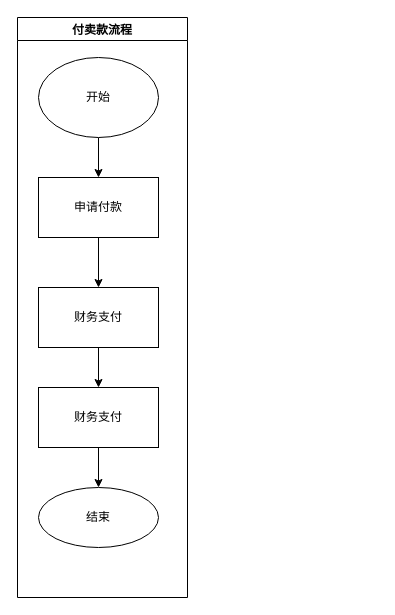
The draw.io diagram 售后流程设计.drawio in specialnote/diagrams, before the edit. Source tidied: cells renumbered, new cells numbered last; positions are measured from the earlier drawing's top-left corner, leaving out a move shared by most shapes. Both pictures are drawn from the tidied source at 100%, with x=0, y=0 at pixel (17, 17).
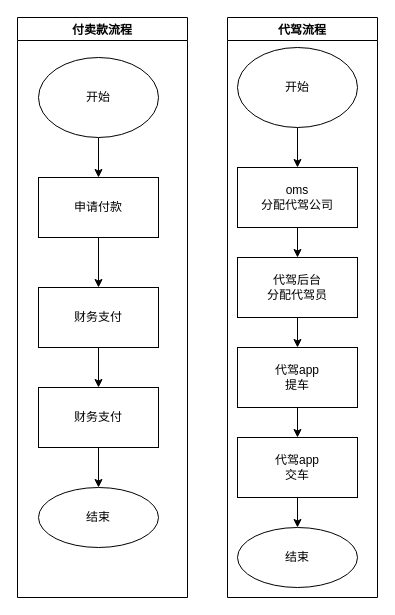
The same page after the edit.

Commit message (it also covers changes not shown here):
Update 售后流程设计.drawio

Change to the diagram source:
```diff
@@
+    <mxCell id="12" value="代驾流程" style="swimlane;" parent="1" vertex="1">
+      <mxGeometry x="210" width="150" height="580" as="geometry" />
+    </mxCell>
+    <mxCell id="13" style="edgeStyle=orthogonalEdgeStyle;rounded=0;jettySize=auto;html=1;entryX=0.5;entryY=0;entryDx=0;entryDy=0;" parent="12" edge="1" source="14" target="16">
+      <mxGeometry relative="1" as="geometry" />
+    </mxCell>
+    <mxCell id="14" value="开始" style="ellipse;whiteSpace=wrap;html=1;" parent="12" vertex="1">
+      <mxGeometry x="10" y="30" width="120" height="80" as="geometry" />
+    </mxCell>
+    <mxCell id="15" style="edgeStyle=orthogonalEdgeStyle;rounded=0;jettySize=auto;html=1;" parent="12" edge="1" source="16" target="18">
+      <mxGeometry relative="1" as="geometry" />
+    </mxCell>
+    <mxCell id="16" value="oms&lt;br&gt;&lt;div&gt;分配代驾公司&lt;/div&gt;" style="whiteSpace=wrap;html=1;" parent="12" vertex="1">
+      <mxGeometry x="10" y="150" width="120" height="60" as="geometry" />
+    </mxCell>
+    <mxCell id="17" style="edgeStyle=orthogonalEdgeStyle;rounded=0;jettySize=auto;html=1;" parent="12" edge="1" source="18" target="20">
+      <mxGeometry relative="1" as="geometry" />
+    </mxCell>
+    <mxCell id="18" value="&lt;div&gt;代驾后台&lt;/div&gt;&lt;div&gt;分配代驾员&lt;br&gt;&lt;/div&gt;" style="whiteSpace=wrap;html=1;" parent="12" vertex="1">
+      <mxGeometry x="10" y="240" width="120" height="60" as="geometry" />
+    </mxCell>
+    <mxCell id="19" style="edgeStyle=orthogonalEdgeStyle;rounded=0;jettySize=auto;html=1;" parent="12" edge="1" source="20" target="21">
+      <mxGeometry relative="1" as="geometry" />
+    </mxCell>
+    <mxCell id="20" value="&lt;div&gt;代驾app&lt;/div&gt;&lt;div&gt;提车&lt;br&gt;&lt;/div&gt;" style="whiteSpace=wrap;html=1;" parent="12" vertex="1">
+      <mxGeometry x="10" y="330" width="120" height="60" as="geometry" />
+    </mxCell>
+    <mxCell id="21" value="&lt;div&gt;代驾app&lt;/div&gt;&lt;div&gt;交车&lt;br&gt;&lt;/div&gt;" style="whiteSpace=wrap;html=1;" parent="12" vertex="1">
+      <mxGeometry x="10" y="420" width="120" height="60" as="geometry" />
+    </mxCell>
+    <mxCell id="22" value="结束" style="ellipse;whiteSpace=wrap;html=1;" parent="12" vertex="1">
+      <mxGeometry x="10" y="510" width="120" height="60" as="geometry" />
+    </mxCell>
+    <mxCell id="23" style="edgeStyle=orthogonalEdgeStyle;rounded=0;jettySize=auto;html=1;" parent="12" edge="1" source="21" target="22">
+      <mxGeometry relative="1" as="geometry" />
+    </mxCell>
```
